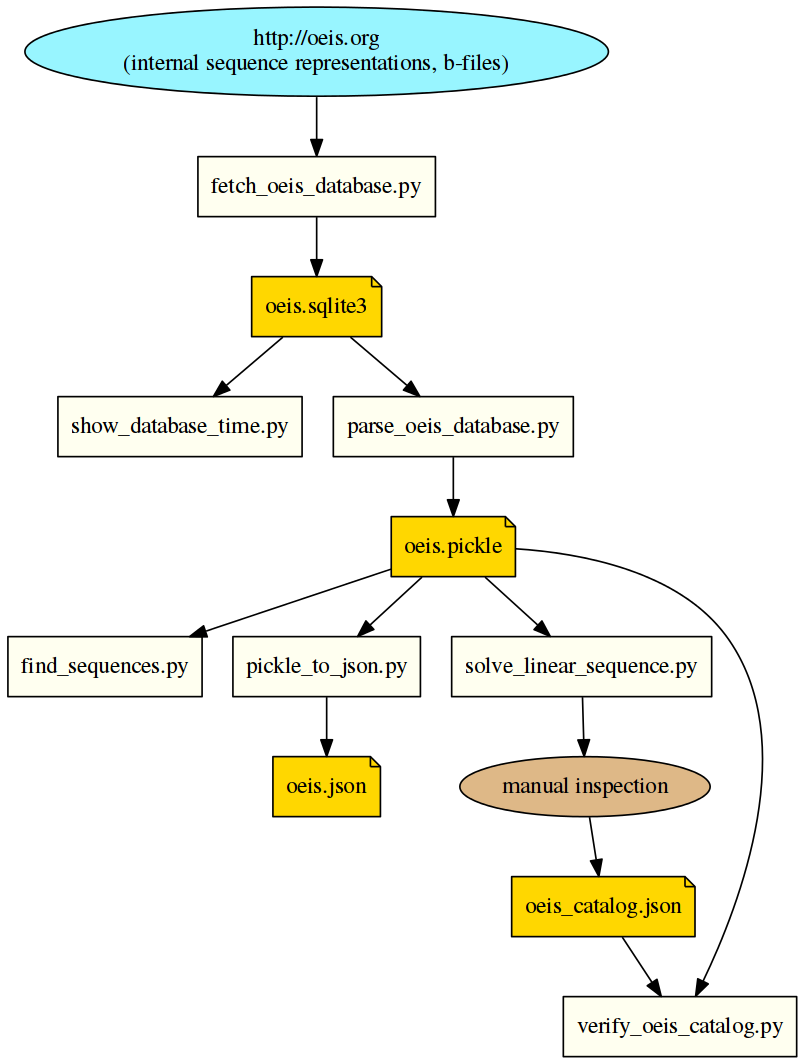
Above: docs/oeis-tools.png in sidneycadot/oeis (Graphviz), before the change. Its source is kept beside it as docs/oeis-tools.dot.
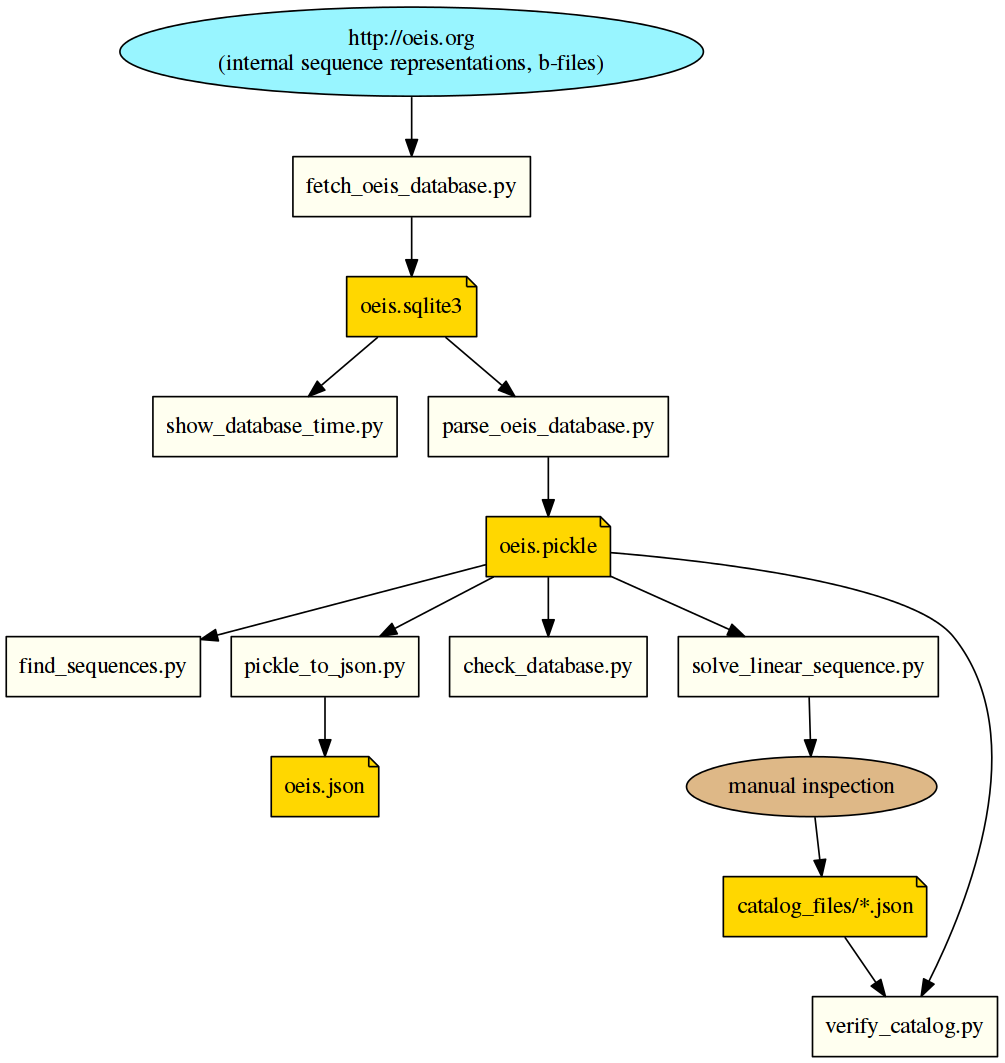
After the commit.

Change to the diagram source:
```diff
@@ -11,14 +11,15 @@
 
     find_sequences        [ label = "find_sequences.py"        , shape = box, style = filled, fillcolor = ivory ];
     pickle_to_json        [ label = "pickle_to_json.py"        , shape = box, style = filled, fillcolor = ivory ];
+    check_database        [ label = "check_database.py"        , shape = box, style = filled, fillcolor = ivory ];
     solve_linear_sequence [ label = "solve_linear_sequence.py" , shape = box, style = filled, fillcolor = ivory ];
-    verify_oeis_catalog   [ label = "verify_oeis_catalog.py"   , shape = box, style = filled, fillcolor = ivory ];
+    verify_oeis_catalog   [ label = "verify_catalog.py"        , shape = box, style = filled, fillcolor = ivory ];
 
 
-    local_sqlite3         [ label = "oeis.sqlite3"      , shape = note, style = filled, fillcolor = gold ];
-    local_pickle          [ label = "oeis.pickle"       , shape = note, style = filled, fillcolor = gold ];
-    local_json            [ label = "oeis.json"         , shape = note, style = filled, fillcolor = gold ];
-    oeis_catalog          [ label = "oeis_catalog.json" , shape = note, style = filled, fillcolor = gold ];
+    local_sqlite3         [ label = "oeis.sqlite3"         , shape = note, style = filled, fillcolor = gold ];
+    local_pickle          [ label = "oeis.pickle"          , shape = note, style = filled, fillcolor = gold ];
+    local_json            [ label = "oeis.json"            , shape = note, style = filled, fillcolor = gold ];
+    oeis_catalog          [ label = "catalog_files/*.json" , shape = note, style = filled, fillcolor = gold ];
 
 
     human_in_the_loop     [ label = "manual inspection" , shape = ellipse, style = filled, fillcolor = burlywood ];
@@ -30,6 +31,7 @@
     local_pickle -> solve_linear_sequence -> human_in_the_loop;
     local_pickle -> find_sequences;
     local_pickle -> pickle_to_json -> local_json
+    local_pickle -> check_database;
     human_in_the_loop -> oeis_catalog;
     oeis_catalog -> verify_oeis_catalog;
     local_pickle -> verify_oeis_catalog;
```
